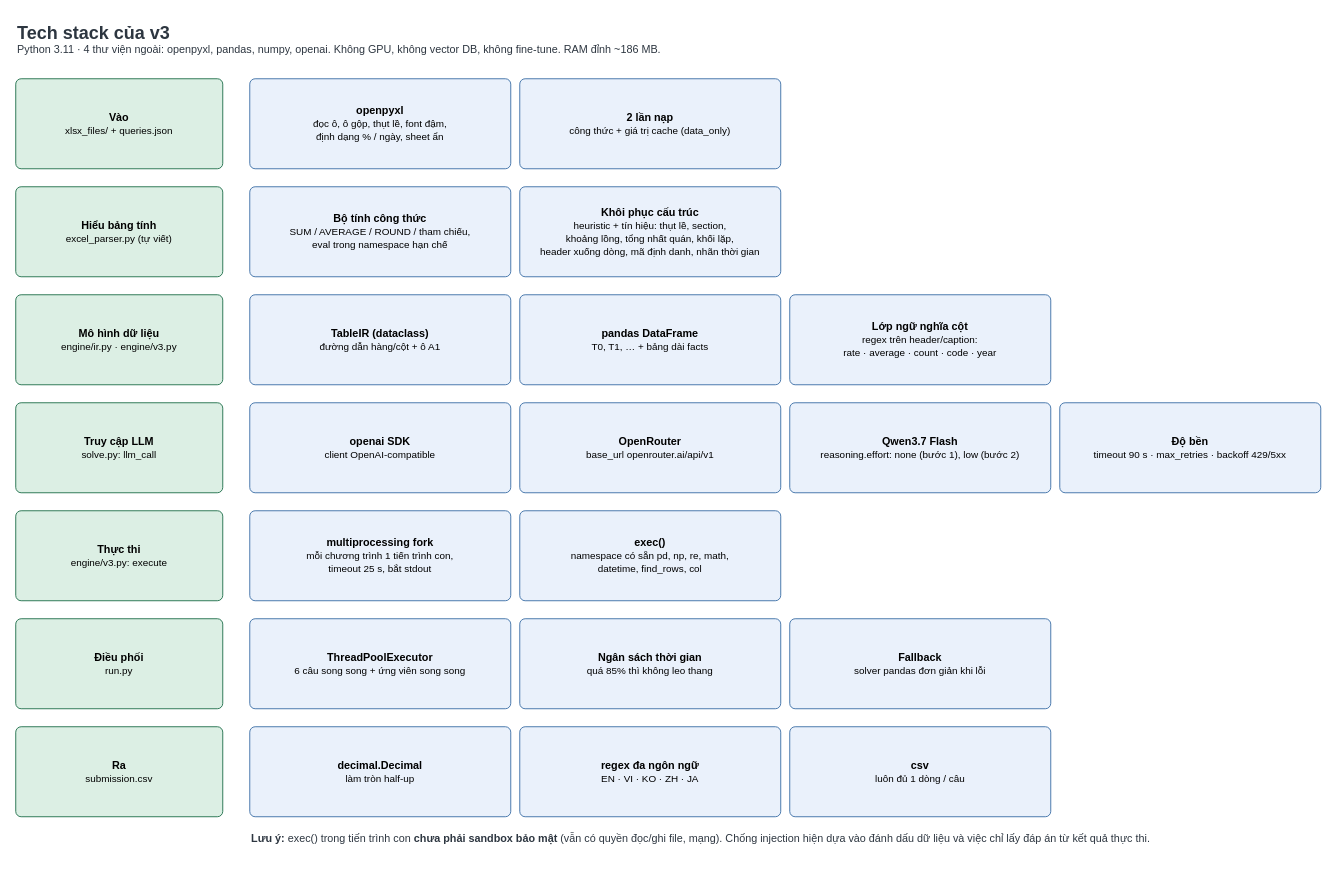
This is page "2. Tech stack" (2 of 2) of docs/architecture.drawio from nguyenchiminhhieu/aivn-excel-qa, a draw.io file, before an edit. Source tidied: cells renumbered, new cells numbered last; positions are measured from the earlier drawing's top-left corner, leaving out a move shared by most shapes. Both pictures are drawn from the tidied source at 90%, with x=0, y=0 at pixel (15, 15).
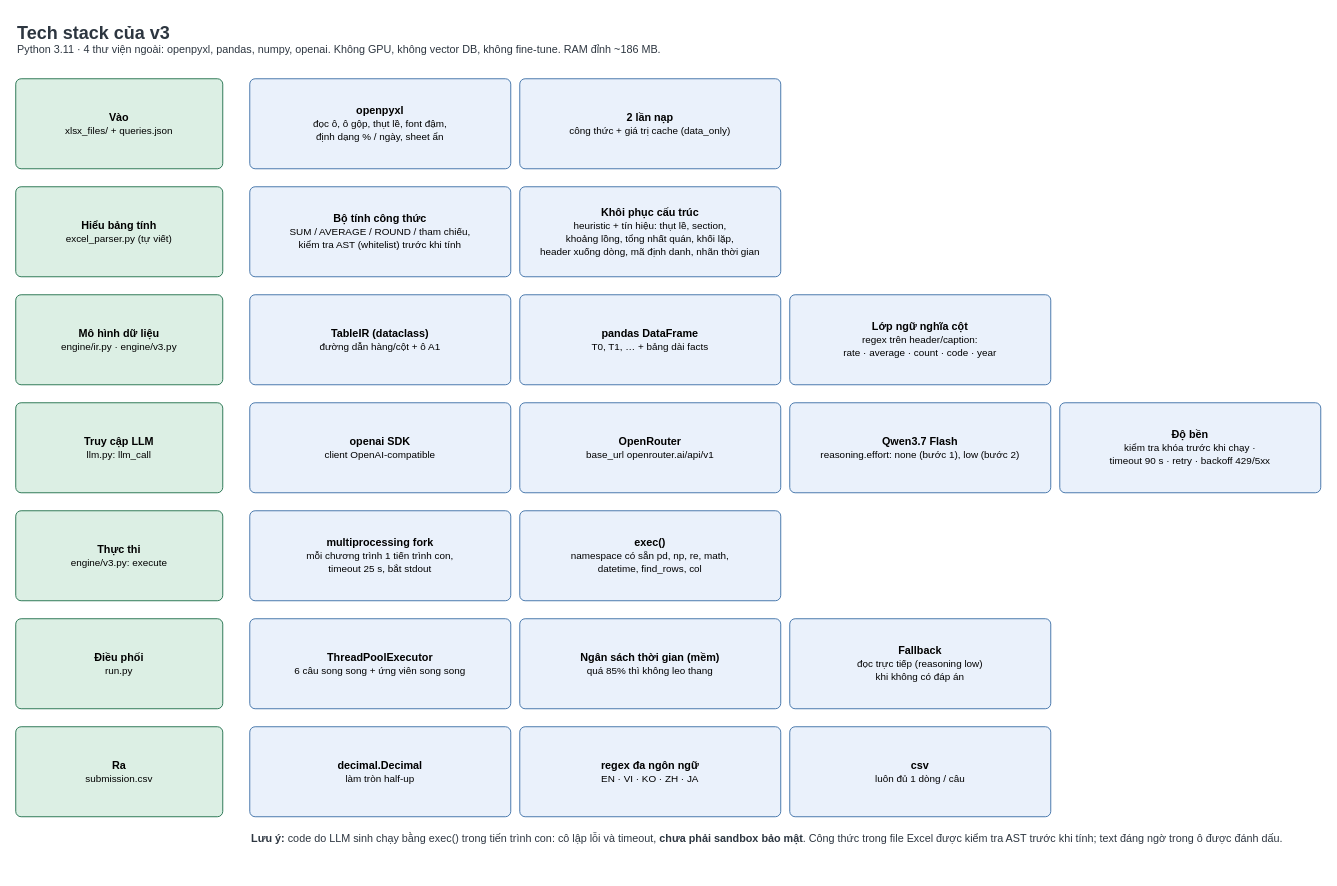
The same diagram, later.

What changed in the source:
```diff
@@
-    <mxCell id="7" value="&lt;b&gt;Bộ tính công thức&lt;/b&gt;&lt;br&gt;&lt;span style='font-size:11px'&gt;SUM / AVERAGE / ROUND / tham chiếu,&lt;br&gt;eval trong namespace hạn chế&lt;/span&gt;" style="rounded=1;whiteSpace=wrap;html=1;arcSize=6;fontFamily=Helvetica;fontSize=12;align=center;verticalAlign=middle;spacing=6;fillColor=#eaf1fb;strokeColor=#3a6ea5;" parent="1" vertex="1">
+    <mxCell id="7" value="&lt;b&gt;Bộ tính công thức&lt;/b&gt;&lt;br&gt;&lt;span style='font-size:11px'&gt;SUM / AVERAGE / ROUND / tham chiếu,&lt;br&gt;kiểm tra AST (whitelist) trước khi tính&lt;/span&gt;" style="rounded=1;whiteSpace=wrap;html=1;arcSize=6;fontFamily=Helvetica;fontSize=12;align=center;verticalAlign=middle;spacing=6;fillColor=#eaf1fb;strokeColor=#3a6ea5;" parent="1" vertex="1">
       <mxGeometry x="260" y="190" width="290" height="100" as="geometry" />
     </mxCell>
@@
-    <mxCell id="13" value="&lt;b&gt;Truy cập LLM&lt;/b&gt;&lt;br&gt;&lt;span style='font-size:11px'&gt;solve.py: llm_call&lt;/span&gt;" style="rounded=1;whiteSpace=wrap;html=1;arcSize=6;fontFamily=Helvetica;fontSize=12;align=center;verticalAlign=middle;spacing=6;fillColor=#dcefe4;strokeColor=#1f6f4a;" parent="1" vertex="1">
+    <mxCell id="13" value="&lt;b&gt;Truy cập LLM&lt;/b&gt;&lt;br&gt;&lt;span style='font-size:11px'&gt;llm.py: llm_call&lt;/span&gt;" style="rounded=1;whiteSpace=wrap;html=1;arcSize=6;fontFamily=Helvetica;fontSize=12;align=center;verticalAlign=middle;spacing=6;fillColor=#dcefe4;strokeColor=#1f6f4a;" parent="1" vertex="1">
       <mxGeometry y="430" width="230" height="100" as="geometry" />
     </mxCell>
@@
-    <mxCell id="17" value="&lt;b&gt;Độ bền&lt;/b&gt;&lt;br&gt;&lt;span style='font-size:11px'&gt;timeout 90 s · max_retries · backoff 429/5xx&lt;/span&gt;" style="rounded=1;whiteSpace=wrap;html=1;arcSize=6;fontFamily=Helvetica;fontSize=12;align=center;verticalAlign=middle;spacing=6;fillColor=#eaf1fb;strokeColor=#3a6ea5;" parent="1" vertex="1">
+    <mxCell id="17" value="&lt;b&gt;Độ bền&lt;/b&gt;&lt;br&gt;&lt;span style='font-size:11px'&gt;kiểm tra khóa trước khi chạy ·&lt;br&gt;timeout 90 s · retry · backoff 429/5xx&lt;/span&gt;" style="rounded=1;whiteSpace=wrap;html=1;arcSize=6;fontFamily=Helvetica;fontSize=12;align=center;verticalAlign=middle;spacing=6;fillColor=#eaf1fb;strokeColor=#3a6ea5;" parent="1" vertex="1">
       <mxGeometry x="1160" y="430" width="290" height="100" as="geometry" />
     </mxCell>
@@
-    <mxCell id="23" value="&lt;b&gt;Ngân sách thời gian&lt;/b&gt;&lt;br&gt;&lt;span style='font-size:11px'&gt;quá 85% thì không leo thang&lt;/span&gt;" style="rounded=1;whiteSpace=wrap;html=1;arcSize=6;fontFamily=Helvetica;fontSize=12;align=center;verticalAlign=middle;spacing=6;fillColor=#eaf1fb;strokeColor=#3a6ea5;" parent="1" vertex="1">
+    <mxCell id="23" value="&lt;b&gt;Ngân sách thời gian (mềm)&lt;/b&gt;&lt;br&gt;&lt;span style='font-size:11px'&gt;quá 85% thì không leo thang&lt;/span&gt;" style="rounded=1;whiteSpace=wrap;html=1;arcSize=6;fontFamily=Helvetica;fontSize=12;align=center;verticalAlign=middle;spacing=6;fillColor=#eaf1fb;strokeColor=#3a6ea5;" parent="1" vertex="1">
       <mxGeometry x="560" y="670" width="290" height="100" as="geometry" />
     </mxCell>
-    <mxCell id="24" value="&lt;b&gt;Fallback&lt;/b&gt;&lt;br&gt;&lt;span style='font-size:11px'&gt;solver pandas đơn giản khi lỗi&lt;/span&gt;" style="rounded=1;whiteSpace=wrap;html=1;arcSize=6;fontFamily=Helvetica;fontSize=12;align=center;verticalAlign=middle;spacing=6;fillColor=#eaf1fb;strokeColor=#3a6ea5;" parent="1" vertex="1">
+    <mxCell id="24" value="&lt;b&gt;Fallback&lt;/b&gt;&lt;br&gt;&lt;span style='font-size:11px'&gt;đọc trực tiếp (reasoning low)&lt;br&gt;khi không có đáp án&lt;/span&gt;" style="rounded=1;whiteSpace=wrap;html=1;arcSize=6;fontFamily=Helvetica;fontSize=12;align=center;verticalAlign=middle;spacing=6;fillColor=#eaf1fb;strokeColor=#3a6ea5;" parent="1" vertex="1">
       <mxGeometry x="860" y="670" width="290" height="100" as="geometry" />
     </mxCell>
@@
-    <mxCell id="29" value="&lt;b&gt;Lưu ý:&lt;/b&gt; exec() trong tiến trình con &lt;b&gt;chưa phải sandbox bảo mật&lt;/b&gt; (vẫn có quyền đọc/ghi file, mạng). Chống injection hiện dựa vào đánh dấu dữ liệu và việc chỉ lấy đáp án từ kết quả thực thi." style="text;html=1;whiteSpace=wrap;align=left;verticalAlign=top;fontSize=12;fontColor=#2d3640;" parent="1" vertex="1">
+    <mxCell id="29" value="&lt;b&gt;Lưu ý:&lt;/b&gt; code do LLM sinh chạy bằng exec() trong tiến trình con: cô lập lỗi và timeout, &lt;b&gt;chưa phải sandbox bảo mật&lt;/b&gt;. Công thức trong file Excel được kiểm tra AST trước khi tính; text đáng ngờ trong ô được đánh dấu." style="text;html=1;whiteSpace=wrap;align=left;verticalAlign=top;fontSize=12;fontColor=#2d3640;" parent="1" vertex="1">
       <mxGeometry x="260" y="900" width="1180" height="50" as="geometry" />
     </mxCell>
```
